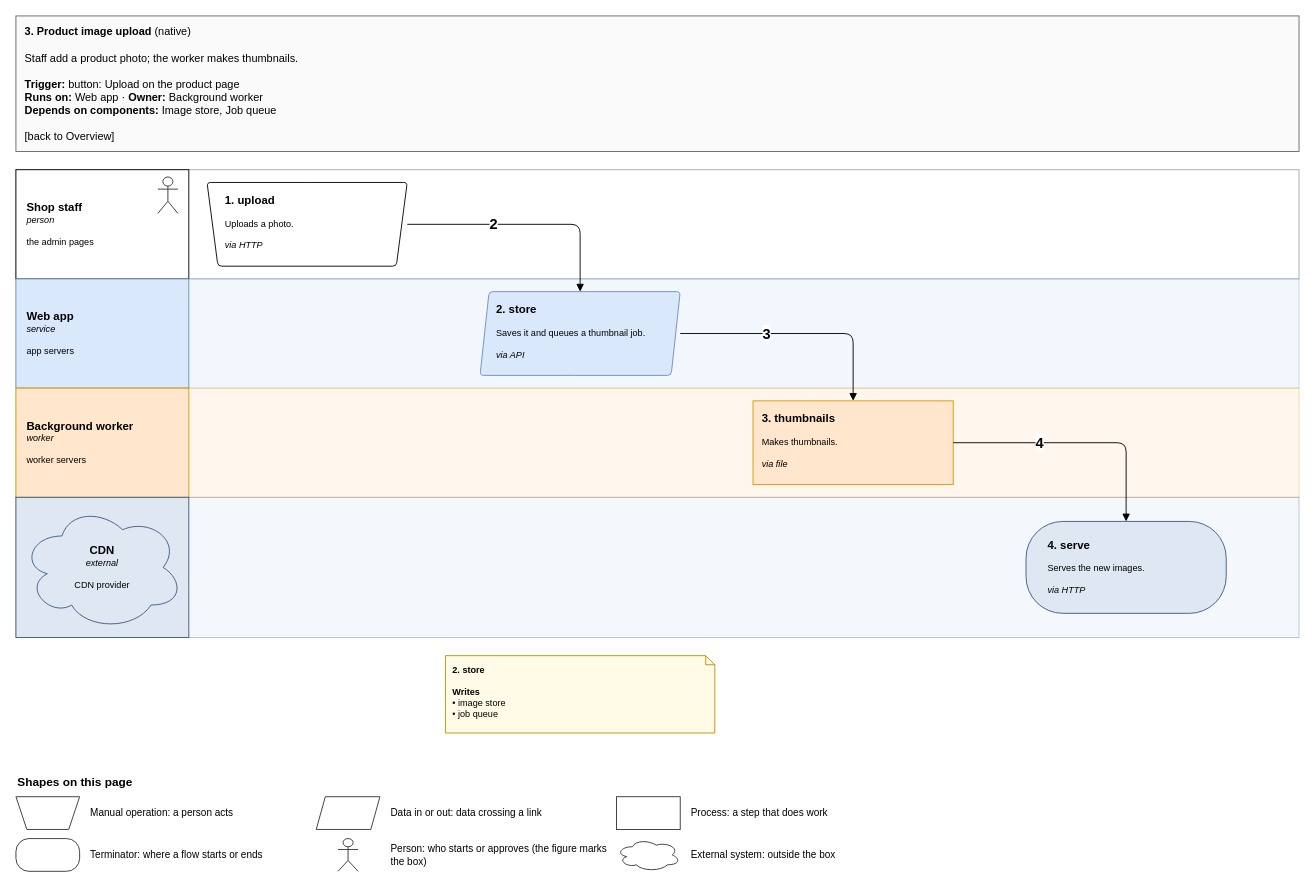
Before: page "3. Product image upload" (5 of 7) of specialists/platform/skill-drawio/examples/shop/drawio/flows.drawio in amalikn/skills_stuff, a draw.io diagram. Source tidied: cells renumbered, new cells numbered last; positions are measured from the earlier drawing's top-left corner, leaving out a move shared by most shapes. Both pictures are drawn from the tidied source at 91%, with x=0, y=0 at pixel (15, 15).
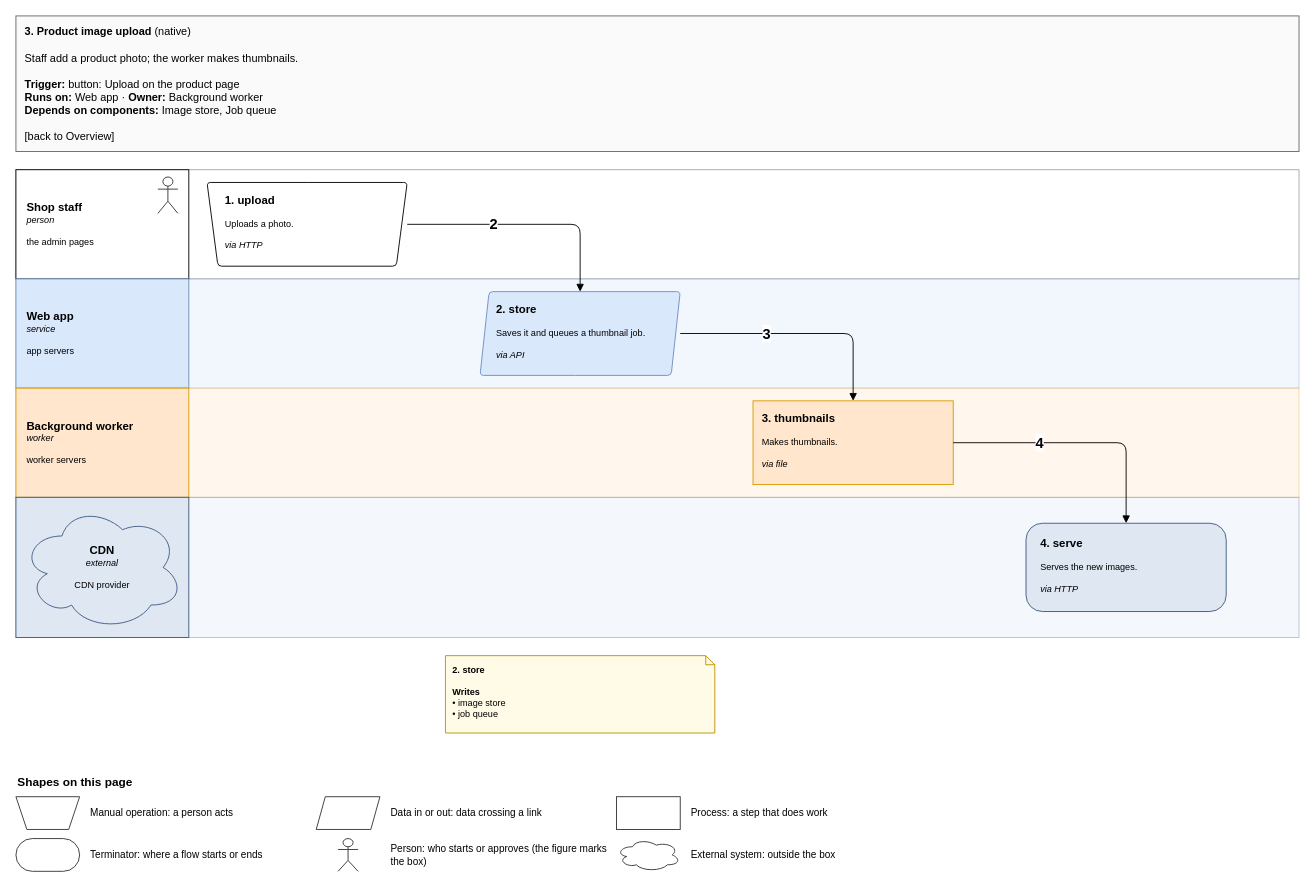
The same page after the edit.

Diff of the diagram source:
```diff
@@
-    <mxCell id="17" value="&lt;span style=&quot;font-size:125%&quot;&gt;&lt;b&gt;4. serve&lt;/b&gt;&lt;/span&gt;&lt;br&gt; &lt;br&gt;Serves the new images.&lt;br&gt; &lt;br&gt;&lt;i&gt;via HTTP&lt;/i&gt;" style="rounded=1;whiteSpace=wrap;html=1;fillColor=#dfe7f3;strokeColor=#3d5a80;fontSize=11;arcSize=8;fontSize=10;align=left;verticalAlign=top;spacingLeft=8;spacingRight=6;spacingTop=6;rounded=1;arcSize=40;spacingLeft=22;spacingRight=18;spacingTop=12;" parent="1" vertex="1">
-      <mxGeometry x="1110" y="555.5" width="220" height="101" as="geometry" />
+    <mxCell id="17" value="&lt;span style=&quot;font-size:125%&quot;&gt;&lt;b&gt;4. serve&lt;/b&gt;&lt;/span&gt;&lt;br&gt; &lt;br&gt;Serves the new images.&lt;br&gt; &lt;br&gt;&lt;i&gt;via HTTP&lt;/i&gt;" style="rounded=1;whiteSpace=wrap;html=1;fillColor=#dfe7f3;strokeColor=#3d5a80;fontSize=11;arcSize=8;fontSize=10;align=left;verticalAlign=top;spacingLeft=8;spacingRight=6;spacingTop=6;rounded=1;absoluteArcSize=1;arcSize=36;spacingLeft=14;spacingRight=12;spacingTop=8;" parent="1" vertex="1">
+      <mxGeometry x="1110" y="557.5" width="220" height="97" as="geometry" />
     </mxCell>
@@
-    <mxCell id="25" style="whiteSpace=wrap;html=1;fillColor=#ffffff;strokeColor=#333333;rounded=1;arcSize=40;spacingLeft=22;spacingRight=18;spacingTop=12;" parent="1" vertex="1">
+    <mxCell id="25" style="whiteSpace=wrap;html=1;fillColor=#ffffff;strokeColor=#333333;rounded=1;absoluteArcSize=1;arcSize=36;spacingLeft=14;spacingRight=12;spacingTop=8;" parent="1" vertex="1">
       <mxGeometry y="904" width="70" height="36" as="geometry" />
     </mxCell>
```
